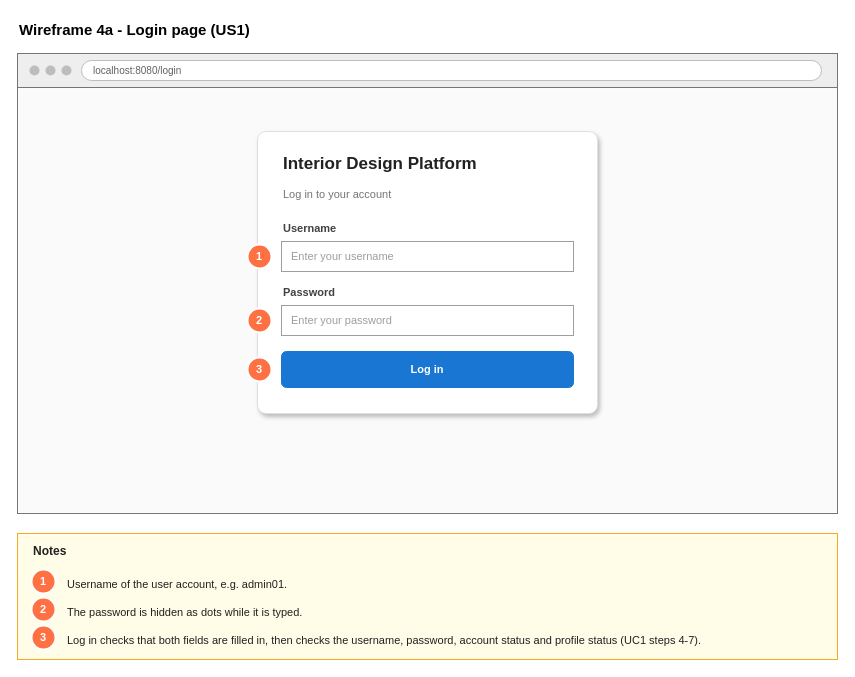
Above: page "4a Wireframe - Login page" (2 of 6) of Sprint_1/US1 - Log in/US1 Log in.drawio in Hanzxc/CSIT314-ARCHSS (draw.io), before the change. Source tidied: cells renumbered, new cells numbered last; positions are measured from the earlier drawing's top-left corner, leaving out a move shared by most shapes. Both pictures are drawn from the tidied source at 100%, with x=0, y=0 at pixel (17, 17).
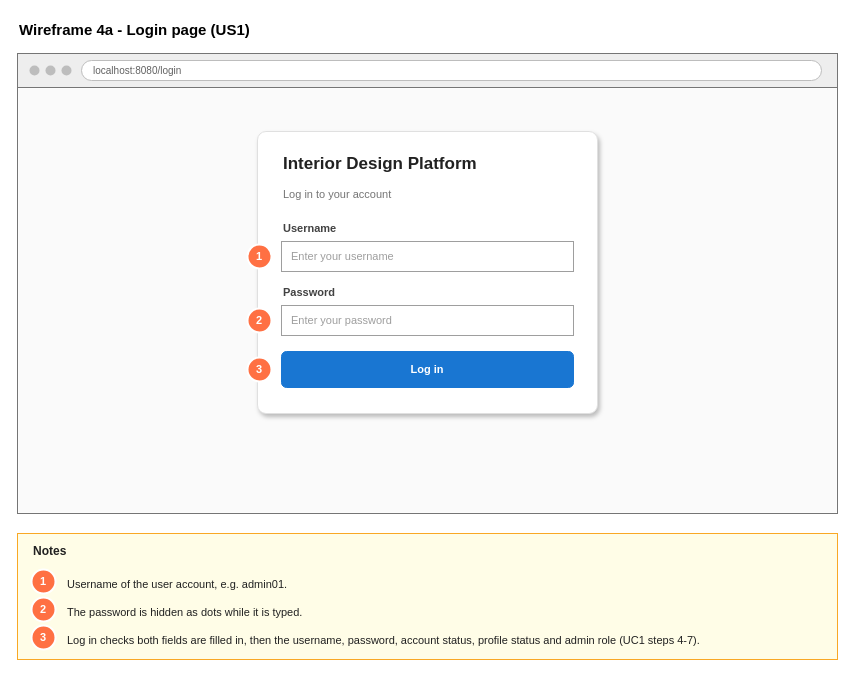
The same diagram, later.

Change to the diagram source:
```diff
@@
-    <mxCell id="28" value="Log in checks that both fields are filled in, then checks the username, password, account status and profile status (UC1 steps 4-7)." style="text;html=1;strokeColor=none;fillColor=none;align=left;verticalAlign=top;whiteSpace=wrap;fontSize=11;fontColor=#212121;spacingLeft=0;spacingRight=0;" parent="1" vertex="1">
+    <mxCell id="28" value="Log in checks both fields are filled in, then the username, password, account status, profile status and admin role (UC1 steps 4-7)." style="text;html=1;strokeColor=none;fillColor=none;align=left;verticalAlign=top;whiteSpace=wrap;fontSize=11;fontColor=#212121;spacingLeft=0;spacingRight=0;" parent="1" vertex="1">
       <mxGeometry x="48" y="610" width="756" height="20" as="geometry" />
     </mxCell>
```
